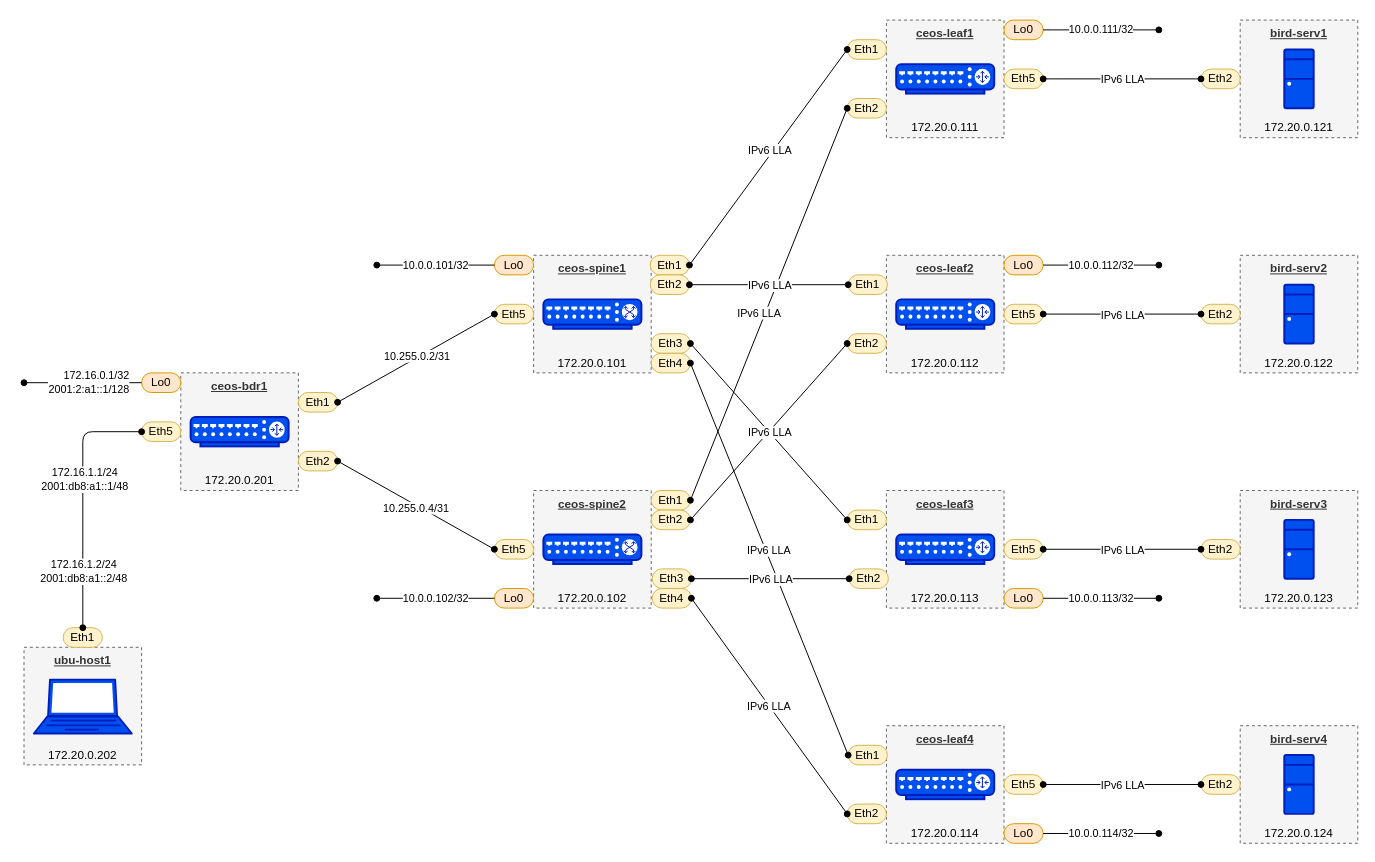
Above: ceos-anycast.drawio in commitconfirmed/draw-io (draw.io), before the change. Source tidied: cells renumbered, new cells numbered last; positions are measured from the earlier drawing's top-left corner, leaving out a move shared by most shapes. Both pictures are drawn from the tidied source at 98%, with x=0, y=0 at pixel (24, 20).
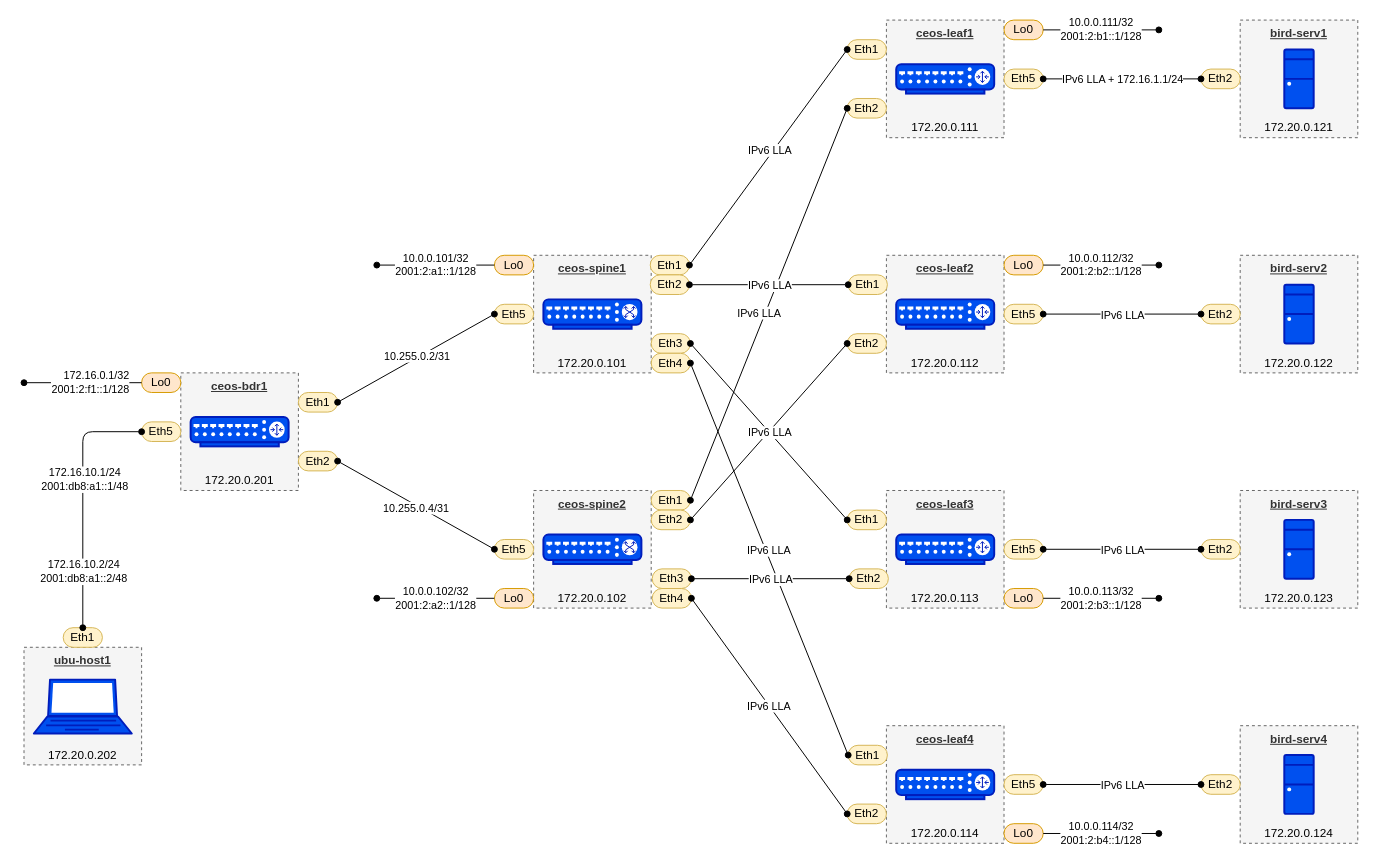
After the change.

The change refers to these unchanged cells:
```xml
<mxCell id="20" style="rounded=1;jettySize=auto;html=1;exitX=0.5;exitY=0;exitDx=0;exitDy=0;entryX=0;entryY=0.5;entryDx=0;entryDy=0;endArrow=oval;endFill=1;startArrow=oval;startFill=1;edgeStyle=orthogonalEdgeStyle;curved=0;" parent="1" edge="1" source="19" target="18">
  <mxGeometry relative="1" as="geometry" />
</mxCell>
<mxCell id="39" style="rounded=0;jettySize=auto;html=1;exitX=0;exitY=0.5;exitDx=0;exitDy=0;entryX=1;entryY=0.5;entryDx=0;entryDy=0;endArrow=oval;endFill=1;startArrow=oval;startFill=1;" parent="1" edge="1" source="11" target="38">
  <mxGeometry relative="1" as="geometry" />
</mxCell>
<mxCell id="98" value="Lo0" style="rounded=1;whiteSpace=wrap;html=1;fillColor=#ffe6cc;strokeColor=#d79b00;arcSize=50;" parent="1" vertex="1">
  <mxGeometry x="480" y="240" width="40" height="20" as="geometry" />
</mxCell>
<mxCell id="100" value="Lo0" style="rounded=1;whiteSpace=wrap;html=1;fillColor=#ffe6cc;strokeColor=#d79b00;arcSize=50;" parent="1" vertex="1">
  <mxGeometry x="480" y="580" width="40" height="20" as="geometry" />
</mxCell>
<mxCell id="102" value="Lo0" style="rounded=1;whiteSpace=wrap;html=1;fillColor=#ffe6cc;strokeColor=#d79b00;arcSize=50;" parent="1" vertex="1">
  <mxGeometry x="1000" width="40" height="20" as="geometry" />
</mxCell>
<mxCell id="104" value="Lo0" style="rounded=1;whiteSpace=wrap;html=1;fillColor=#ffe6cc;strokeColor=#d79b00;arcSize=50;" parent="1" vertex="1">
  <mxGeometry x="1000" y="240" width="40" height="20" as="geometry" />
</mxCell>
<mxCell id="106" value="Lo0" style="rounded=1;whiteSpace=wrap;html=1;fillColor=#ffe6cc;strokeColor=#d79b00;arcSize=50;" parent="1" vertex="1">
  <mxGeometry x="1000" y="580" width="40" height="20" as="geometry" />
</mxCell>
<mxCell id="108" value="Lo0" style="rounded=1;whiteSpace=wrap;html=1;fillColor=#ffe6cc;strokeColor=#d79b00;arcSize=50;" parent="1" vertex="1">
  <mxGeometry x="1000" y="820" width="40" height="20" as="geometry" />
</mxCell>
```

Diff of the diagram source:
```diff
@@
-    <mxCell id="21" value="172.16.1.2/24&lt;div&gt;2001:db8:a1::2/48&lt;/div&gt;" style="edgeLabel;html=1;align=center;verticalAlign=middle;" parent="20" vertex="1">
+    <mxCell id="21" value="172.16.10.2/24&lt;div&gt;2001:db8:a1::2/48&lt;/div&gt;" style="edgeLabel;html=1;align=center;verticalAlign=middle;" parent="20" vertex="1">
       <mxGeometry x="-0.11" y="-3" relative="1" as="geometry">
         <mxPoint x="-3" y="58" as="offset" />
       </mxGeometry>
     </mxCell>
-    <mxCell id="22" value="172.16.1.1/24&lt;div&gt;2001:db8:a1::1/48&lt;/div&gt;" style="edgeLabel;html=1;align=center;verticalAlign=middle;" parent="20" vertex="1">
+    <mxCell id="22" value="172.16.10.1/24&lt;div&gt;2001:db8:a1::1/48&lt;/div&gt;" style="edgeLabel;html=1;align=center;verticalAlign=middle;" parent="20" vertex="1">
       <mxGeometry x="0.17" y="-1" relative="1" as="geometry" />
     </mxCell>
@@
-    <mxCell id="25" value="172.16.0.1/32&lt;div&gt;2001:2:a1::1/128&lt;br&gt;&lt;/div&gt;" style="text;html=1;align=right;verticalAlign=middle;whiteSpace=wrap;rounded=0;fillColor=none;labelBackgroundColor=default;fontSize=11;" parent="1" vertex="1">
+    <mxCell id="25" value="172.16.0.1/32&lt;div&gt;2001:2:f1::1/128&lt;br&gt;&lt;/div&gt;" style="text;html=1;align=right;verticalAlign=middle;whiteSpace=wrap;rounded=0;fillColor=none;labelBackgroundColor=default;fontSize=11;" parent="1" vertex="1">
       <mxGeometry y="350" width="110" height="40" as="geometry" />
     </mxCell>
@@
-    <mxCell id="40" value="IPv6 LLA" style="edgeLabel;html=1;align=center;verticalAlign=middle;" parent="39" vertex="1">
+    <mxCell id="40" value="IPv6 LLA + 172.16.1.1/24" style="edgeLabel;html=1;align=center;verticalAlign=middle;" parent="39" vertex="1">
       <mxGeometry x="-0.06" y="1" relative="1" as="geometry">
         <mxPoint x="-5" y="-1" as="offset" />
       </mxGeometry>
     </mxCell>
@@
-    <mxCell id="99" value="10.0.0.101/32" style="rounded=0;jettySize=auto;html=1;endArrow=none;endFill=0;startArrow=oval;startFill=1;entryX=0;entryY=0.5;entryDx=0;entryDy=0;" parent="1" edge="1" target="98">
+    <mxCell id="99" value="10.0.0.101/32&lt;div&gt;&lt;span style=&quot;text-align: right; text-wrap: wrap;&quot;&gt;2001:2:a1::1/128&lt;/span&gt;&lt;br&gt;&lt;/div&gt;" style="rounded=0;jettySize=auto;html=1;endArrow=none;endFill=0;startArrow=oval;startFill=1;entryX=0;entryY=0.5;entryDx=0;entryDy=0;" parent="1" edge="1" target="98">
       <mxGeometry relative="1" as="geometry">
         <mxPoint x="360" y="250" as="sourcePoint" />
       </mxGeometry>
     </mxCell>
@@
-    <mxCell id="101" value="10.0.0.102/32" style="rounded=0;jettySize=auto;html=1;endArrow=none;endFill=0;startArrow=oval;startFill=1;entryX=0;entryY=0.5;entryDx=0;entryDy=0;" parent="1" edge="1" target="100">
+    <mxCell id="101" value="10.0.0.102/32&lt;div&gt;&lt;span style=&quot;text-align: right; text-wrap: wrap;&quot;&gt;2001:2:a2::1/128&lt;/span&gt;&lt;br&gt;&lt;/div&gt;" style="rounded=0;jettySize=auto;html=1;endArrow=none;endFill=0;startArrow=oval;startFill=1;entryX=0;entryY=0.5;entryDx=0;entryDy=0;" parent="1" edge="1" target="100">
       <mxGeometry relative="1" as="geometry">
         <mxPoint x="360" y="590" as="sourcePoint" />
       </mxGeometry>
     </mxCell>
@@
-    <mxCell id="103" value="10.0.0.111/32" style="rounded=0;jettySize=auto;html=1;endArrow=none;endFill=0;startArrow=oval;startFill=1;entryX=1;entryY=0.5;entryDx=0;entryDy=0;" parent="1" edge="1" target="102">
+    <mxCell id="103" value="10.0.0.111/32&lt;div&gt;&lt;span style=&quot;text-align: right; text-wrap: wrap;&quot;&gt;2001:2:b1::1/128&lt;/span&gt;&lt;br&gt;&lt;/div&gt;" style="rounded=0;jettySize=auto;html=1;endArrow=none;endFill=0;startArrow=oval;startFill=1;entryX=1;entryY=0.5;entryDx=0;entryDy=0;" parent="1" edge="1" target="102">
       <mxGeometry relative="1" as="geometry">
         <mxPoint x="1158" y="10" as="sourcePoint" />
       </mxGeometry>
     </mxCell>
@@
-    <mxCell id="105" value="10.0.0.112/32" style="rounded=0;jettySize=auto;html=1;endArrow=none;endFill=0;startArrow=oval;startFill=1;entryX=1;entryY=0.5;entryDx=0;entryDy=0;" parent="1" edge="1" target="104">
+    <mxCell id="105" value="10.0.0.112/32&lt;div&gt;&lt;span style=&quot;text-align: right; text-wrap: wrap;&quot;&gt;2001:2:b2::1/128&lt;/span&gt;&lt;br&gt;&lt;/div&gt;" style="rounded=0;jettySize=auto;html=1;endArrow=none;endFill=0;startArrow=oval;startFill=1;entryX=1;entryY=0.5;entryDx=0;entryDy=0;" parent="1" edge="1" target="104">
       <mxGeometry relative="1" as="geometry">
         <mxPoint x="1158" y="250" as="sourcePoint" />
       </mxGeometry>
     </mxCell>
@@
-    <mxCell id="107" value="10.0.0.113/32" style="rounded=0;jettySize=auto;html=1;endArrow=none;endFill=0;startArrow=oval;startFill=1;entryX=1;entryY=0.5;entryDx=0;entryDy=0;" parent="1" edge="1" target="106">
+    <mxCell id="107" value="10.0.0.113/32&lt;div&gt;&lt;span style=&quot;text-align: right; text-wrap: wrap;&quot;&gt;2001:2:b3::1/128&lt;/span&gt;&lt;br&gt;&lt;/div&gt;" style="rounded=0;jettySize=auto;html=1;endArrow=none;endFill=0;startArrow=oval;startFill=1;entryX=1;entryY=0.5;entryDx=0;entryDy=0;" parent="1" edge="1" target="106">
       <mxGeometry relative="1" as="geometry">
         <mxPoint x="1158" y="590" as="sourcePoint" />
       </mxGeometry>
     </mxCell>
@@
-    <mxCell id="109" value="10.0.0.114/32" style="rounded=0;jettySize=auto;html=1;endArrow=none;endFill=0;startArrow=oval;startFill=1;entryX=1;entryY=0.5;entryDx=0;entryDy=0;" parent="1" edge="1" target="108">
+    <mxCell id="109" value="10.0.0.114/32&lt;div&gt;&lt;span style=&quot;text-align: right; text-wrap: wrap;&quot;&gt;2001:2:b4::1/128&lt;/span&gt;&lt;br&gt;&lt;/div&gt;" style="rounded=0;jettySize=auto;html=1;endArrow=none;endFill=0;startArrow=oval;startFill=1;entryX=1;entryY=0.5;entryDx=0;entryDy=0;" parent="1" edge="1" target="108">
       <mxGeometry relative="1" as="geometry">
         <mxPoint x="1158" y="830" as="sourcePoint" />
       </mxGeometry>
     </mxCell>
```
